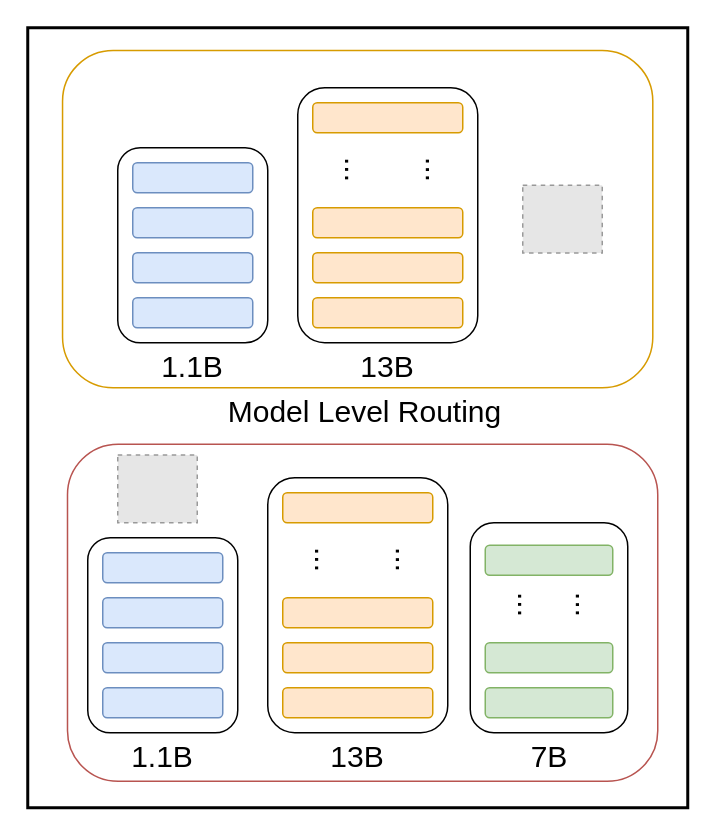
Before: Untitled Diagram.drawio in BDHU/blockllm-diagram, a draw.io diagram. Source tidied: cells renumbered, new cells numbered last; positions are measured from the earlier drawing's top-left corner, leaving out a move shared by most shapes. Both pictures are drawn from the tidied source at 150%, with x=0, y=0 at pixel (27, 27). Pictures stored in the file or linked from it are replaced by grey dashed boxes.
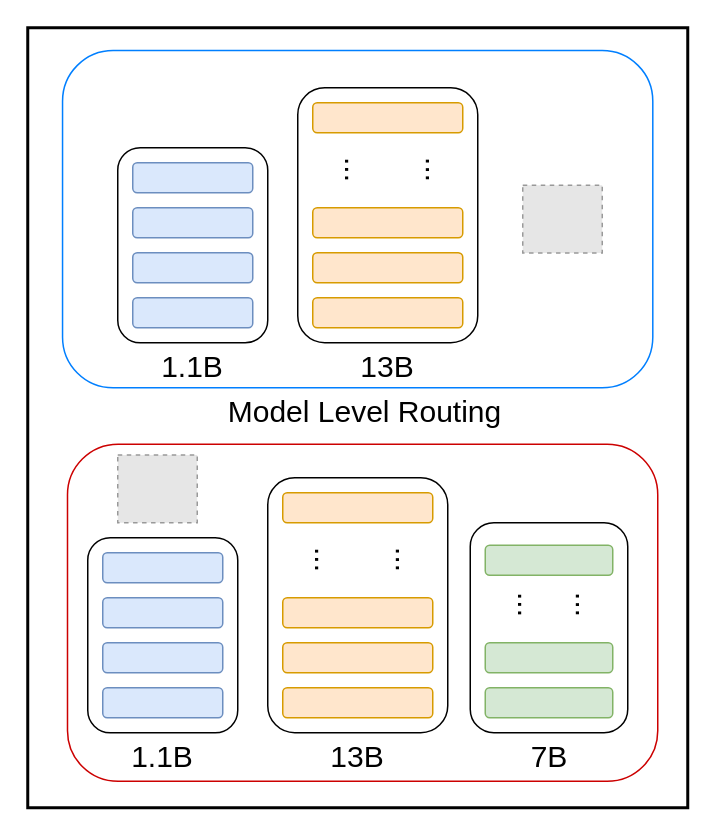
After the change.

Diff of the diagram source:
```diff
@@
-    <mxCell id="3" style="rounded=1;whiteSpace=wrap;html=1;fillColor=none;strokeColor=#d79b00;" parent="1" vertex="1">
+    <mxCell id="3" style="rounded=1;whiteSpace=wrap;html=1;fillColor=none;strokeColor=#007FFF;" parent="1" vertex="1">
       <mxGeometry x="23.2" y="15.2" width="393.5" height="224.8" as="geometry" />
     </mxCell>
-    <mxCell id="4" style="rounded=1;whiteSpace=wrap;html=1;fillColor=none;strokeColor=#b85450;" parent="1" vertex="1">
+    <mxCell id="4" style="rounded=1;whiteSpace=wrap;html=1;fillColor=none;strokeColor=#CC0000;" parent="1" vertex="1">
       <mxGeometry x="26.5" y="277.6" width="393.5" height="224.8" as="geometry" />
     </mxCell>
```
